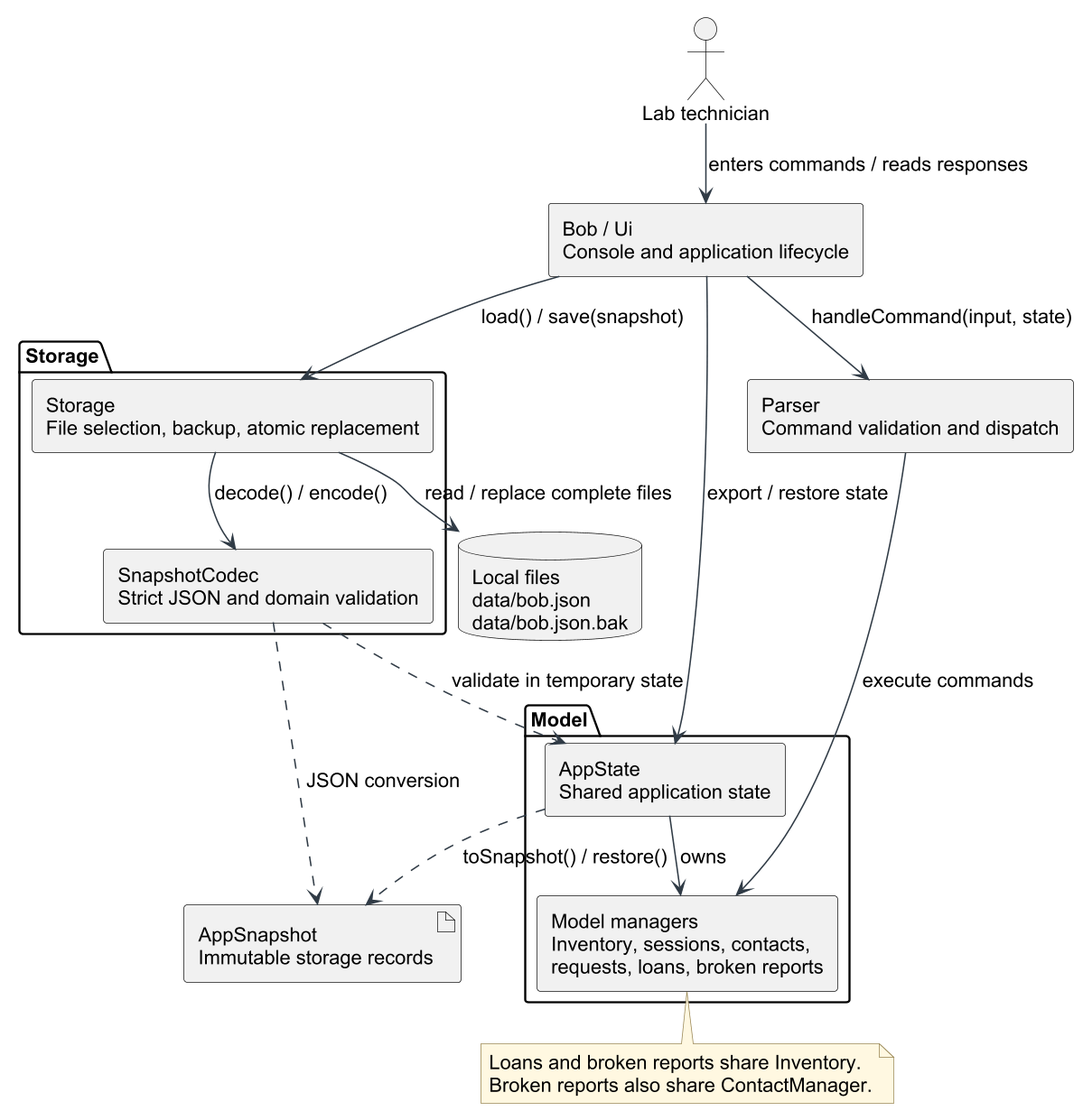
Earlier version of the PlantUML export docs/images/storage-architecture.png (AY2627S1-CS2113-T11-3/tp).
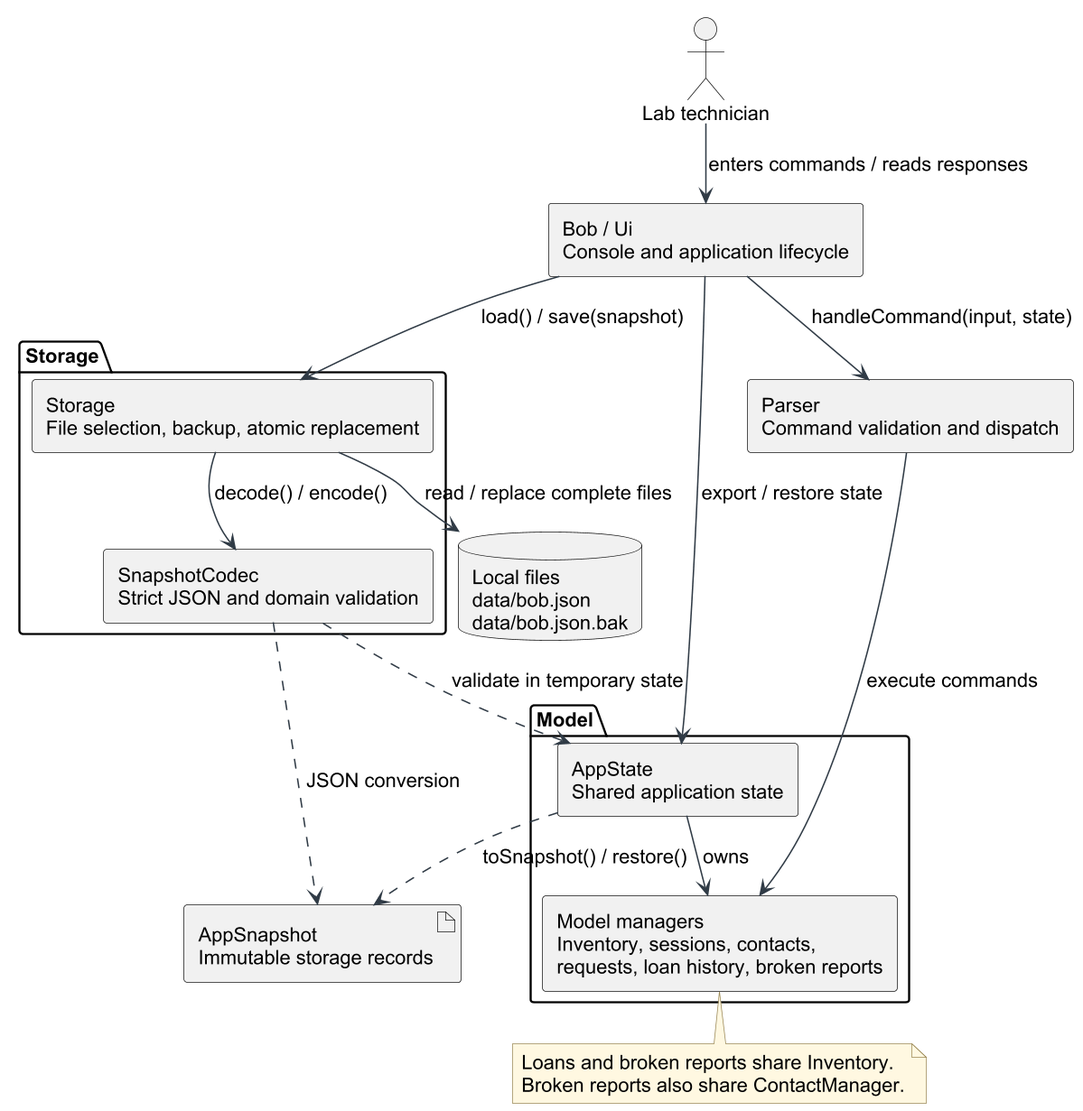
After the change.

Diff of the diagram source:
```diff
@@ -10,7 +10,7 @@
 
 package "Model" {
     component "AppState\nShared application state" as State
-    component "Model managers\nInventory, sessions, contacts,\nrequests, loans, broken reports" as Managers
+    component "Model managers\nInventory, sessions, contacts,\nrequests, loan history, broken reports" as Managers
 }
 
 package "Storage" as Persistence {
```
